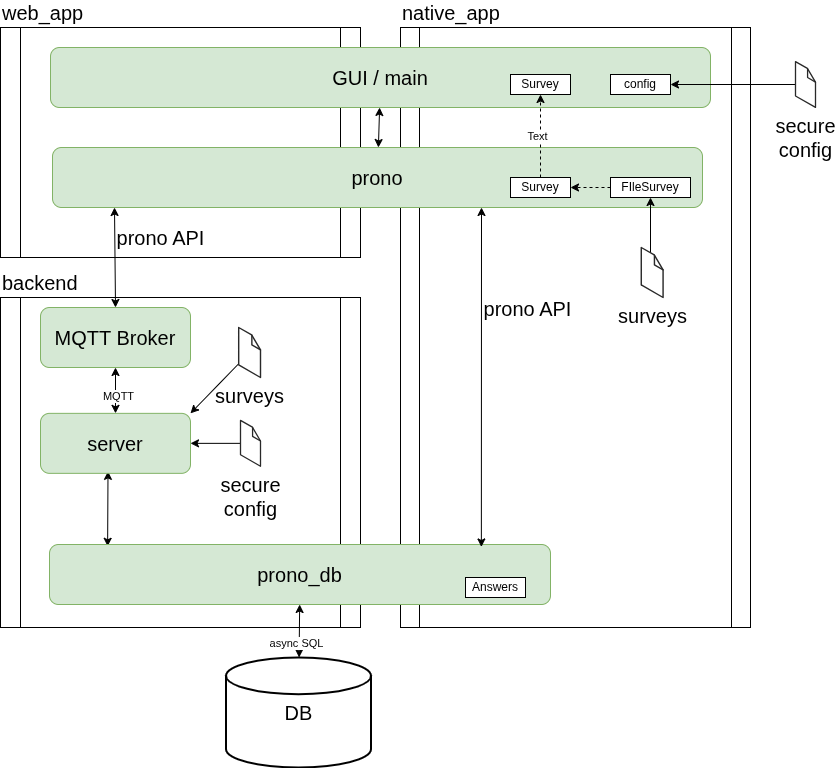
jaques-sam/prono keeps this draw.io diagram as docs/architecture.drawio.png. Above is the earlier version. Source tidied: cells renumbered, new cells last; positions are measured from the earlier drawing's top-left corner, leaving out a move shared by most shapes.
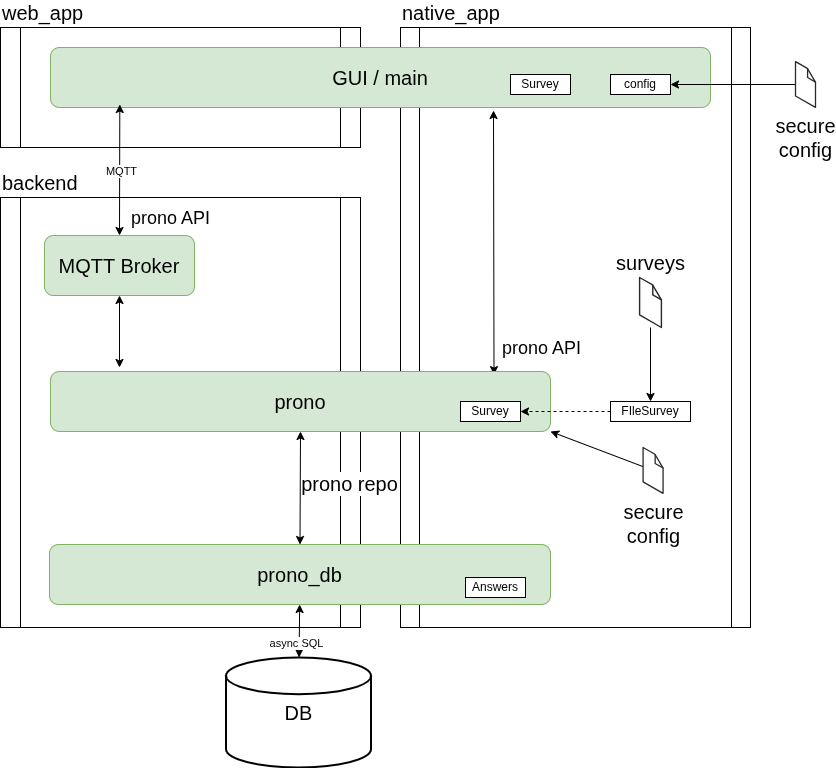
Later version of the same file.

Commit message:
refactor: morph api into repo, as that was only used for database

Diff of the diagram source:
```diff
@@ -3,25 +3,29 @@
     <mxCell id="0" />
     <mxCell id="1" parent="0" />
     <mxCell id="2" value="web_app" style="shape=process;whiteSpace=wrap;html=1;backgroundOutline=1;size=0.05555555555555555;labelPosition=center;verticalLabelPosition=top;align=left;verticalAlign=bottom;fontSize=20;" parent="1" vertex="1">
-      <mxGeometry width="360" height="230" as="geometry" />
+      <mxGeometry width="360" height="120" as="geometry" />
     </mxCell>
     <mxCell id="3" value="native_app" style="shape=process;whiteSpace=wrap;html=1;backgroundOutline=1;size=0.05555555555555555;labelPosition=center;verticalLabelPosition=top;align=left;verticalAlign=bottom;fontSize=20;" parent="1" vertex="1">
       <mxGeometry x="400" width="350" height="600" as="geometry" />
     </mxCell>
     <mxCell id="4" value="backend" style="shape=process;whiteSpace=wrap;html=1;backgroundOutline=1;size=0.05555555555555555;labelPosition=center;verticalLabelPosition=top;align=left;verticalAlign=bottom;fontSize=20;" parent="1" vertex="1">
-      <mxGeometry y="270" width="360" height="330" as="geometry" />
+      <mxGeometry y="170" width="360" height="430" as="geometry" />
     </mxCell>
-    <mxCell id="5" style="edgeStyle=none;html=1;startArrow=classic;startFill=1;" parent="1" edge="1" source="6" target="13">
-      <mxGeometry y="-50" relative="1" as="geometry" />
+    <mxCell id="5" style="edgeStyle=none;html=1;startArrow=classic;startFill=1;entryX=0.887;entryY=0.052;entryDx=0;entryDy=0;entryPerimeter=0;" parent="1" edge="1" target="8">
+      <mxGeometry y="-50" relative="1" as="geometry">
+        <mxPoint x="493" y="83" as="sourcePoint" />
+      </mxGeometry>
     </mxCell>
+    <mxCell id="35" value="&lt;font style=&quot;font-size: 18px;&quot;&gt;prono API&lt;/font&gt;" style="edgeLabel;html=1;align=center;verticalAlign=middle;" parent="5" vertex="1">
+      <mxGeometry x="-0.1" y="4" relative="1" as="geometry">
+        <mxPoint x="43" y="117" as="offset" />
+      </mxGeometry>
+    </mxCell>
     <mxCell id="6" value="GUI / main" style="rounded=1;whiteSpace=wrap;html=1;fontSize=20;fillColor=#d5e8d4;strokeColor=#82b366;" parent="1" vertex="1">
       <mxGeometry x="50" y="20" width="660" height="60" as="geometry" />
     </mxCell>
-    <mxCell id="7" style="edgeStyle=none;html=1;startArrow=classic;startFill=1;exitX=0.45;exitY=0.967;exitDx=0;exitDy=0;entryX=0.116;entryY=0.03;entryDx=0;entryDy=0;exitPerimeter=0;entryPerimeter=0;" parent="1" edge="1" source="8" target="11">
-      <mxGeometry relative="1" as="geometry" />
-    </mxCell>
-    <mxCell id="8" value="server" style="rounded=1;whiteSpace=wrap;html=1;fontSize=20;fillColor=#d5e8d4;strokeColor=#82b366;" parent="1" vertex="1">
-      <mxGeometry x="40" y="385.9" width="150" height="60" as="geometry" />
+    <mxCell id="8" value="prono" style="rounded=1;whiteSpace=wrap;html=1;fontSize=20;fillColor=#d5e8d4;strokeColor=#82b366;" parent="1" vertex="1">
+      <mxGeometry x="50" y="344" width="500" height="60" as="geometry" />
     </mxCell>
     <mxCell id="9" style="edgeStyle=none;html=1;fontSize=20;startArrow=classic;startFill=1;" parent="1" edge="1" source="11" target="12">
       <mxGeometry relative="1" as="geometry" />
@@ -35,56 +39,49 @@
     <mxCell id="12" value="&lt;font style=&quot;font-size: 20px;&quot;&gt;DB&lt;/font&gt;" style="strokeWidth=2;html=1;shape=mxgraph.flowchart.database;whiteSpace=wrap;" parent="1" vertex="1">
       <mxGeometry x="225.5" y="630" width="145" height="110" as="geometry" />
     </mxCell>
-    <mxCell id="13" value="prono" style="rounded=1;whiteSpace=wrap;html=1;fontSize=20;fillColor=#d5e8d4;strokeColor=#82b366;" parent="1" vertex="1">
-      <mxGeometry x="52" y="120" width="650" height="60" as="geometry" />
-    </mxCell>
-    <mxCell id="14" value="prono API" style="edgeStyle=none;html=1;fontSize=20;startArrow=classic;startFill=1;exitX=0.5;exitY=0;exitDx=0;exitDy=0;" parent="1" edge="1" source="17">
-      <mxGeometry x="0.4" y="-46" relative="1" as="geometry">
-        <mxPoint x="114" y="180" as="targetPoint" />
+    <mxCell id="14" value="&lt;font style=&quot;font-size: 18px;&quot;&gt;prono API&lt;/font&gt;" style="edgeStyle=none;html=1;fontSize=20;startArrow=classic;startFill=1;exitX=0.5;exitY=0;exitDx=0;exitDy=0;entryX=0.105;entryY=0.95;entryDx=0;entryDy=0;entryPerimeter=0;" parent="1" edge="1" source="17" target="6">
+      <mxGeometry x="-0.72" y="-51" relative="1" as="geometry">
+        <mxPoint y="-1" as="offset" />
       </mxGeometry>
     </mxCell>
+    <mxCell id="16" value="MQTT" style="edgeLabel;html=1;align=center;verticalAlign=middle;" parent="14" vertex="1">
+      <mxGeometry x="-0.02" y="-1" relative="1" as="geometry">
+        <mxPoint y="-1" as="offset" />
+      </mxGeometry>
+    </mxCell>
-    <mxCell id="15" style="edgeStyle=none;html=1;fontSize=20;startArrow=classic;startFill=1;entryX=0.5;entryY=0;entryDx=0;entryDy=0;exitX=0.5;exitY=1;exitDx=0;exitDy=0;" parent="1" edge="1" source="17" target="8">
-      <mxGeometry relative="1" as="geometry" />
+    <mxCell id="15" style="edgeStyle=none;html=1;fontSize=20;startArrow=classic;startFill=1;exitX=0.5;exitY=1;exitDx=0;exitDy=0;" parent="1" edge="1" source="17">
+      <mxGeometry relative="1" as="geometry">
+        <mxPoint x="119" y="340" as="targetPoint" />
+      </mxGeometry>
     </mxCell>
-    <mxCell id="16" value="MQTT" style="edgeLabel;html=1;align=center;verticalAlign=middle;" parent="15" vertex="1">
-      <mxGeometry x="0.23" y="2" relative="1" as="geometry" />
-    </mxCell>
     <mxCell id="17" value="MQTT Broker" style="rounded=1;whiteSpace=wrap;html=1;fontSize=20;fillColor=#d5e8d4;strokeColor=#82b366;" parent="1" vertex="1">
-      <mxGeometry x="40" y="280" width="150" height="60" as="geometry" />
+      <mxGeometry x="44" y="208" width="150" height="60" as="geometry" />
     </mxCell>
-    <mxCell id="18" style="edgeStyle=none;html=1;fontSize=20;fontColor=#FFB366;startArrow=none;startFill=0;entryX=0.5;entryY=1;entryDx=0;entryDy=0;" parent="1" edge="1" source="27" target="23">
-      <mxGeometry relative="1" as="geometry">
-        <Array as="points">
-          <mxPoint x="650" y="247" />
-        </Array>
-      </mxGeometry>
-    </mxCell>
     <mxCell id="19" value="Survey" style="rounded=0;whiteSpace=wrap;html=1;" parent="1" vertex="1">
       <mxGeometry x="510" y="47" width="60" height="20" as="geometry" />
     </mxCell>
-    <mxCell id="20" style="edgeStyle=none;html=1;entryX=0.5;entryY=1;entryDx=0;entryDy=0;dashed=1;exitX=0.5;exitY=0;exitDx=0;exitDy=0;" parent="1" edge="1" source="24" target="19">
-      <mxGeometry relative="1" as="geometry" />
-    </mxCell>
-    <mxCell id="21" value="Text" style="edgeLabel;html=1;align=center;verticalAlign=middle;" parent="20" vertex="1">
-      <mxGeometry y="4" relative="1" as="geometry" />
-    </mxCell>
-    <mxCell id="22" style="edgeStyle=none;html=1;dashed=1;fontColor=#FFD666;" parent="1" edge="1" source="23" target="24">
+    <mxCell id="22" style="edgeStyle=none;html=1;exitX=0;exitY=0.5;exitDx=0;exitDy=0;entryX=1;entryY=0.5;entryDx=0;entryDy=0;dashed=1;" parent="1" edge="1" source="23" target="24">
       <mxGeometry relative="1" as="geometry" />
     </mxCell>
     <mxCell id="23" value="FIleSurvey" style="rounded=0;whiteSpace=wrap;html=1;" parent="1" vertex="1">
-      <mxGeometry x="610" y="150" width="80" height="20" as="geometry" />
+      <mxGeometry x="610" y="374" width="80" height="20" as="geometry" />
     </mxCell>
     <mxCell id="24" value="Survey" style="rounded=0;whiteSpace=wrap;html=1;" parent="1" vertex="1">
-      <mxGeometry x="510" y="150" width="60" height="20" as="geometry" />
+      <mxGeometry x="460" y="374" width="60" height="20" as="geometry" />
     </mxCell>
-    <mxCell id="25" value="prono API" style="edgeStyle=none;html=1;fontSize=20;startArrow=classic;startFill=1;entryX=0.66;entryY=1;entryDx=0;entryDy=0;entryPerimeter=0;exitX=0.862;exitY=0.041;exitDx=0;exitDy=0;exitPerimeter=0;" parent="1" edge="1" source="11" target="13">
-      <mxGeometry x="0.4" y="-46" relative="1" as="geometry" />
+    <mxCell id="25" value="prono repo" style="edgeStyle=none;html=1;fontSize=20;startArrow=classic;startFill=1;entryX=0.5;entryY=1;entryDx=0;entryDy=0;exitX=0.5;exitY=0;exitDx=0;exitDy=0;" parent="1" edge="1" source="11" target="8">
+      <mxGeometry x="0.12" y="-49" relative="1" as="geometry">
+        <mxPoint y="1" as="offset" />
+      </mxGeometry>
     </mxCell>
     <mxCell id="26" value="Answers" style="rounded=0;whiteSpace=wrap;html=1;" parent="1" vertex="1">
       <mxGeometry x="465" y="550" width="60" height="20" as="geometry" />
     </mxCell>
+    <mxCell id="18" style="edgeStyle=none;html=1;" parent="1" edge="1" source="27" target="23">
+      <mxGeometry relative="1" as="geometry" />
+    </mxCell>
-    <mxCell id="27" value="&lt;span style=&quot;font-size: 20px;&quot;&gt;surveys&lt;/span&gt;" style="verticalLabelPosition=bottom;html=1;verticalAlign=top;strokeWidth=1;align=center;outlineConnect=0;dashed=0;outlineConnect=0;shape=mxgraph.aws3d.file;strokeColor=#292929;" parent="1" vertex="1">
-      <mxGeometry x="640.8" y="220" width="21.8" height="50" as="geometry" />
+    <mxCell id="27" value="&lt;span style=&quot;font-size: 20px;&quot;&gt;surveys&lt;/span&gt;" style="verticalLabelPosition=top;html=1;verticalAlign=bottom;strokeWidth=1;align=center;outlineConnect=0;dashed=0;outlineConnect=0;shape=mxgraph.aws3d.file;strokeColor=#292929;labelPosition=center;" parent="1" vertex="1">
+      <mxGeometry x="639.1" y="250" width="21.8" height="50" as="geometry" />
     </mxCell>
     <mxCell id="28" style="edgeStyle=none;html=1;" parent="1" edge="1" source="29" target="30">
       <mxGeometry relative="1" as="geometry" />
@@ -95,17 +92,11 @@
     <mxCell id="30" value="config" style="rounded=0;whiteSpace=wrap;html=1;" parent="1" vertex="1">
       <mxGeometry x="610" y="47" width="60" height="20" as="geometry" />
     </mxCell>
-    <mxCell id="31" style="edgeStyle=none;html=1;" parent="1" edge="1" source="32" target="8">
+    <mxCell id="31" style="edgeStyle=none;html=1;entryX=1;entryY=1;entryDx=0;entryDy=0;" parent="1" edge="1" source="32" target="8">
       <mxGeometry relative="1" as="geometry" />
     </mxCell>
     <mxCell id="32" value="&lt;span style=&quot;font-size: 20px;&quot;&gt;secure&lt;br&gt;config&lt;/span&gt;" style="verticalLabelPosition=bottom;html=1;verticalAlign=top;strokeWidth=1;align=center;outlineConnect=0;dashed=0;outlineConnect=0;shape=mxgraph.aws3d.file;strokeColor=#292929;" parent="1" vertex="1">
-      <mxGeometry x="240" y="392.9" width="20" height="45.9" as="geometry" />
+      <mxGeometry x="642.6" y="420" width="20" height="45.9" as="geometry" />
     </mxCell>
-    <mxCell id="33" style="edgeStyle=none;html=1;entryX=1;entryY=0;entryDx=0;entryDy=0;" parent="1" edge="1" source="34" target="8">
-      <mxGeometry relative="1" as="geometry" />
-    </mxCell>
-    <mxCell id="34" value="&lt;span style=&quot;font-size: 20px;&quot;&gt;surveys&lt;/span&gt;" style="verticalLabelPosition=bottom;html=1;verticalAlign=top;strokeWidth=1;align=center;outlineConnect=0;dashed=0;outlineConnect=0;shape=mxgraph.aws3d.file;strokeColor=#292929;" parent="1" vertex="1">
-      <mxGeometry x="238.2" y="300" width="21.8" height="50" as="geometry" />
-    </mxCell>
   </root>
 </mxGraphModel>
```
